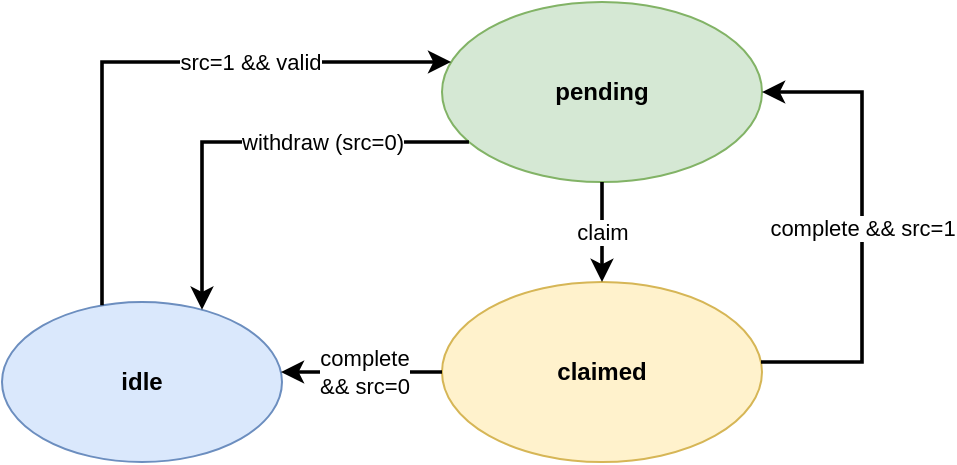
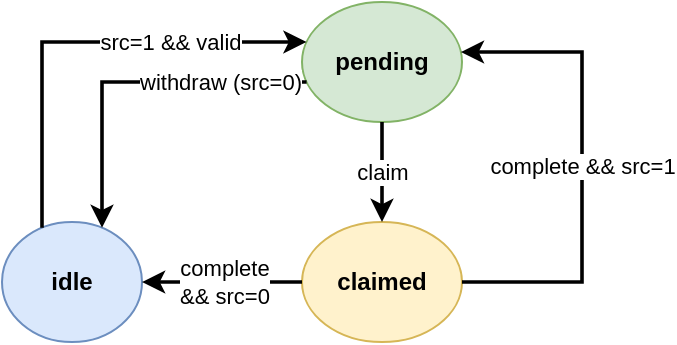
<mxfile host="65bd71144e">
    <diagram id="IOGTfHE-7gEJAqYYTkXk" name="Page-1">
-         <mxGraphModel dx="966" dy="786" grid="1" gridSize="10" guides="1" tooltips="1" connect="1" arrows="1" fold="1" page="0" pageScale="1" pageWidth="1000" pageHeight="620" math="0" shadow="0">
+         <mxGraphModel dx="604" dy="491" grid="1" gridSize="10" guides="1" tooltips="1" connect="1" arrows="1" fold="1" page="0" pageScale="1" pageWidth="1000" pageHeight="620" math="0" shadow="0">
            <root>
                <mxCell id="0"/>
                <mxCell id="1" parent="0"/>
                <mxCell id="idle" value="idle" style="ellipse;whiteSpace=wrap;html=1;fillColor=#dae8fc;strokeColor=#6c8ebf;fontStyle=1;" parent="1" vertex="1">
-                     <mxGeometry x="130" y="270" width="140" height="80" as="geometry"/>
+                     <mxGeometry x="240" y="250" width="70" height="60" as="geometry"/>
                </mxCell>
                <mxCell id="pending" value="pending" style="ellipse;whiteSpace=wrap;html=1;fillColor=#d5e8d4;strokeColor=#82b366;fontStyle=1;" parent="1" vertex="1">
-                     <mxGeometry x="350" y="120" width="160" height="90" as="geometry"/>
+                     <mxGeometry x="390" y="140" width="80" height="60" as="geometry"/>
                </mxCell>
                <mxCell id="claimed" value="claimed" style="ellipse;whiteSpace=wrap;html=1;fillColor=#fff2cc;strokeColor=#d6b656;fontStyle=1;" parent="1" vertex="1">
-                     <mxGeometry x="350" y="260" width="160" height="90" as="geometry"/>
+                     <mxGeometry x="390" y="250" width="80" height="60" as="geometry"/>
                </mxCell>
                <mxCell id="e1" value="src=1 &amp;amp;&amp;amp; valid" style="endArrow=classic;edgeStyle=orthogonalEdgeStyle;rounded=0;html=1;strokeWidth=1.8;" parent="1" source="idle" target="pending" edge="1">
-                     <mxGeometry x="0.3242" relative="1" as="geometry">
+                     <mxGeometry x="0.3904" relative="1" as="geometry">
                        <Array as="points">
-                             <mxPoint x="180" y="150"/>
+                             <mxPoint x="260" y="160"/>
                        </Array>
                        <mxPoint as="offset"/>
                    </mxGeometry>
                </mxCell>
                <mxCell id="e3" value="claim" style="endArrow=classic;edgeStyle=orthogonalEdgeStyle;rounded=0;html=1;strokeWidth=1.8;" parent="1" source="pending" target="claimed" edge="1">
                    <mxGeometry relative="1" as="geometry">
                        <Array as="points">
                            <mxPoint x="430" y="240"/>
                            <mxPoint x="430" y="240"/>
                        </Array>
                    </mxGeometry>
                </mxCell>
                <mxCell id="e5" value="complete &amp;&amp; src=1" style="endArrow=classic;edgeStyle=orthogonalEdgeStyle;rounded=0;html=1;strokeWidth=1.8;" parent="1" source="claimed" target="pending" edge="1">
                    <mxGeometry relative="1" as="geometry">
                        <Array as="points">
-                             <mxPoint x="560" y="300"/>
-                             <mxPoint x="560" y="165"/>
+                             <mxPoint x="530" y="280"/>
+                             <mxPoint x="530" y="165"/>
                        </Array>
                    </mxGeometry>
                </mxCell>
                <mxCell id="e6" value="complete&lt;br&gt;&amp;amp;&amp;amp; src=0" style="endArrow=classic;edgeStyle=orthogonalEdgeStyle;rounded=0;html=1;strokeWidth=1.8;" parent="1" source="claimed" target="idle" edge="1">
                    <mxGeometry x="-0.0206" relative="1" as="geometry">
                        <Array as="points">
-                             <mxPoint x="350" y="320"/>
-                             <mxPoint x="350" y="320"/>
+                             <mxPoint x="360" y="280"/>
+                             <mxPoint x="360" y="280"/>
                        </Array>
                        <mxPoint as="offset"/>
                    </mxGeometry>
                </mxCell>
                <mxCell id="e7" value="withdraw (src=0)" style="endArrow=classic;edgeStyle=orthogonalEdgeStyle;rounded=0;html=1;strokeWidth=1.8;" parent="1" source="pending" target="idle" edge="1">
-                     <mxGeometry x="-0.3282" relative="1" as="geometry">
+                     <mxGeometry x="-0.5057" relative="1" as="geometry">
                        <Array as="points">
-                             <mxPoint x="230" y="190"/>
+                             <mxPoint x="290" y="180"/>
                        </Array>
                        <mxPoint as="offset"/>
                    </mxGeometry>
                </mxCell>
            </root>
        </mxGraphModel>
    </diagram>
</mxfile>